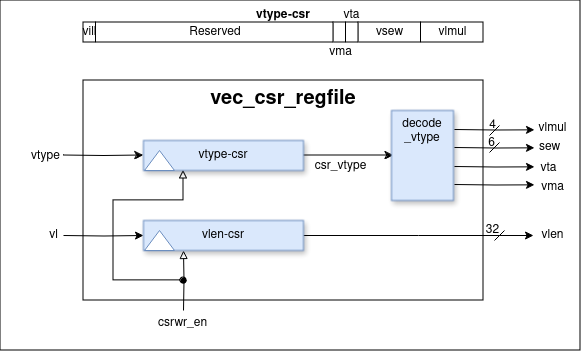
The draw.io diagram docs/decode-docs/vec-csr-regfile.png in Fazail333/Vector-Co-processor, before a commit. Source tidied: cells renumbered, new cells last; positions are measured from the earlier drawing's top-left corner, leaving out a move shared by most shapes. Source of this version:
```xml
<mxGraphModel>
  <root>
    <mxCell id="0" />
    <mxCell id="1" parent="0" />
    <mxCell id="2" style="rounded=0;whiteSpace=wrap;html=1;" parent="1" vertex="1">
      <mxGeometry width="580" height="350" as="geometry" />
    </mxCell>
    <mxCell id="3" value="&lt;font style=&quot;font-size: 20px;&quot;&gt;&lt;b&gt;vec_csr_regfile&lt;/b&gt;&lt;/font&gt;" style="rounded=0;whiteSpace=wrap;html=1;verticalAlign=top;" parent="1" vertex="1">
      <mxGeometry x="83" y="80" width="400" height="220" as="geometry" />
    </mxCell>
    <mxCell id="4" value="vtype-csr" style="group;fontStyle=1;" parent="1" vertex="1">
      <mxGeometry x="83" width="400" height="67" as="geometry" />
    </mxCell>
    <mxCell id="5" style="group;" parent="4" vertex="1">
      <mxGeometry y="22" width="400" height="20" as="geometry" />
    </mxCell>
    <mxCell id="6" value="vlmul" style="rounded=0;whiteSpace=wrap;html=1;" parent="5" vertex="1">
      <mxGeometry x="337.5" width="62.5" height="20" as="geometry" />
    </mxCell>
    <mxCell id="7" value="vsew" style="rounded=0;whiteSpace=wrap;html=1;" parent="5" vertex="1">
      <mxGeometry x="275" width="62.5" height="20" as="geometry" />
    </mxCell>
    <mxCell id="8" style="rounded=0;whiteSpace=wrap;html=1;" parent="5" vertex="1">
      <mxGeometry x="262.5" width="12.5" height="20" as="geometry" />
    </mxCell>
    <mxCell id="9" style="rounded=0;whiteSpace=wrap;html=1;" parent="5" vertex="1">
      <mxGeometry x="250" width="12.5" height="20" as="geometry" />
    </mxCell>
    <mxCell id="10" value="Reserved" style="rounded=0;whiteSpace=wrap;html=1;" parent="5" vertex="1">
      <mxGeometry x="12.5" width="237.5" height="20" as="geometry" />
    </mxCell>
    <mxCell id="11" value="vill" style="rounded=0;whiteSpace=wrap;html=1;" parent="5" vertex="1">
      <mxGeometry width="12.5" height="20" as="geometry" />
    </mxCell>
    <mxCell id="12" value="&lt;div&gt;vma&lt;/div&gt;" style="text;html=1;align=center;verticalAlign=middle;strokeColor=none;fillColor=none;" parent="4" vertex="1">
      <mxGeometry x="231.6" y="37" width="50" height="30" as="geometry" />
    </mxCell>
    <mxCell id="13" value="vta" style="text;html=1;align=center;verticalAlign=middle;strokeColor=none;fillColor=none;" parent="4" vertex="1">
      <mxGeometry x="247.6" width="40" height="30" as="geometry" />
    </mxCell>
    <mxCell id="14" style="edgeStyle=orthogonalEdgeStyle;rounded=0;jettySize=auto;html=1;exitX=0;exitY=0.5;exitDx=0;exitDy=0;entryX=0;entryY=0.5;entryDx=0;entryDy=0;" parent="1" edge="1" target="17">
      <mxGeometry relative="1" as="geometry">
        <mxPoint x="63" y="155" as="sourcePoint" />
      </mxGeometry>
    </mxCell>
    <mxCell id="15" style="edgeStyle=orthogonalEdgeStyle;rounded=0;jettySize=auto;html=1;entryX=0.25;entryY=1;entryDx=0;entryDy=0;startArrow=oval;startFill=1;endArrow=block;endFill=0;" parent="1" edge="1" target="17">
      <mxGeometry relative="1" as="geometry">
        <mxPoint x="183" y="280" as="sourcePoint" />
        <Array as="points">
          <mxPoint x="113" y="280" />
          <mxPoint x="113" y="200" />
          <mxPoint x="183" y="200" />
        </Array>
      </mxGeometry>
    </mxCell>
    <mxCell id="16" style="edgeStyle=orthogonalEdgeStyle;rounded=0;jettySize=auto;html=1;exitX=1;exitY=0.5;exitDx=0;exitDy=0;" parent="1" edge="1" source="17">
      <mxGeometry relative="1" as="geometry">
        <mxPoint x="393" y="155" as="targetPoint" />
      </mxGeometry>
    </mxCell>
    <mxCell id="17" value="vtype-csr" style="rounded=0;whiteSpace=wrap;html=1;fillColor=#dae8fc;strokeColor=#6c8ebf;shadow=1;" parent="1" vertex="1">
      <mxGeometry x="143" y="140" width="160" height="30" as="geometry" />
    </mxCell>
    <mxCell id="18" style="triangle;whiteSpace=wrap;html=1;strokeColor=#6c8ebf;rotation=-90;" parent="1" vertex="1">
      <mxGeometry x="149" y="145" width="20" height="30" as="geometry" />
    </mxCell>
    <mxCell id="19" style="edgeStyle=orthogonalEdgeStyle;rounded=0;jettySize=auto;html=1;exitX=0;exitY=0.5;exitDx=0;exitDy=0;entryX=0;entryY=0.5;entryDx=0;entryDy=0;" parent="1" edge="1" target="22">
      <mxGeometry relative="1" as="geometry">
        <mxPoint x="63" y="235" as="sourcePoint" />
      </mxGeometry>
    </mxCell>
    <mxCell id="20" style="edgeStyle=orthogonalEdgeStyle;rounded=0;jettySize=auto;html=1;exitX=0.25;exitY=1;exitDx=0;exitDy=0;entryX=0.25;entryY=1;entryDx=0;entryDy=0;endArrow=block;endFill=0;" parent="1" edge="1" target="22">
      <mxGeometry relative="1" as="geometry">
        <mxPoint x="183" y="310" as="sourcePoint" />
      </mxGeometry>
    </mxCell>
    <mxCell id="21" style="edgeStyle=orthogonalEdgeStyle;rounded=0;jettySize=auto;html=1;exitX=1;exitY=0.5;exitDx=0;exitDy=0;" parent="1" edge="1" source="22">
      <mxGeometry relative="1" as="geometry">
        <mxPoint x="533" y="235" as="targetPoint" />
      </mxGeometry>
    </mxCell>
    <mxCell id="22" value="vlen-csr" style="rounded=0;whiteSpace=wrap;html=1;fillColor=#dae8fc;strokeColor=#6c8ebf;shadow=1;" parent="1" vertex="1">
      <mxGeometry x="143" y="220" width="160" height="30" as="geometry" />
    </mxCell>
    <mxCell id="23" style="triangle;whiteSpace=wrap;html=1;strokeColor=#6c8ebf;rotation=-90;" parent="1" vertex="1">
      <mxGeometry x="149" y="225" width="20" height="30" as="geometry" />
    </mxCell>
    <mxCell id="24" value="vtype" style="text;html=1;align=center;verticalAlign=middle;points=[];strokeColor=none;fillColor=none;" parent="1" vertex="1">
      <mxGeometry x="20" y="141" width="50" height="30" as="geometry" />
    </mxCell>
    <mxCell id="25" value="vl" style="text;html=1;align=center;verticalAlign=middle;points=[];strokeColor=none;fillColor=none;" parent="1" vertex="1">
      <mxGeometry x="38" y="220" width="30" height="30" as="geometry" />
    </mxCell>
    <mxCell id="26" value="csrwr_en" style="text;html=1;align=center;verticalAlign=middle;strokeColor=none;fillColor=none;" parent="1" vertex="1">
      <mxGeometry x="147" y="308" width="70" height="30" as="geometry" />
    </mxCell>
    <mxCell id="27" value="vlen" style="text;html=1;align=center;verticalAlign=middle;strokeColor=none;fillColor=none;" parent="1" vertex="1">
      <mxGeometry x="527" y="220" width="50" height="30" as="geometry" />
    </mxCell>
    <mxCell id="28" value="csr_vtype" style="text;html=1;align=center;verticalAlign=middle;strokeColor=none;fillColor=none;" parent="1" vertex="1">
      <mxGeometry x="300" y="151" width="80" height="30" as="geometry" />
    </mxCell>
    <mxCell id="29" value="&lt;div&gt;decode&lt;/div&gt;&lt;div&gt;_vtype&lt;/div&gt;" style="rounded=0;whiteSpace=wrap;html=1;fillColor=#dae8fc;strokeColor=#6c8ebf;shadow=1;verticalAlign=top;" parent="1" vertex="1">
      <mxGeometry x="391" y="110" width="62" height="90" as="geometry" />
    </mxCell>
    <mxCell id="30" style="edgeStyle=orthogonalEdgeStyle;rounded=0;orthogonalLoop=1;jettySize=auto;html=1;exitX=1;exitY=0.25;exitDx=0;exitDy=0;" parent="1" edge="1">
      <mxGeometry relative="1" as="geometry">
        <mxPoint x="454" y="129" as="sourcePoint" />
        <mxPoint x="534" y="129.3" as="targetPoint" />
      </mxGeometry>
    </mxCell>
    <mxCell id="31" style="edgeStyle=orthogonalEdgeStyle;rounded=0;orthogonalLoop=1;jettySize=auto;html=1;exitX=1;exitY=0.25;exitDx=0;exitDy=0;" parent="1" edge="1">
      <mxGeometry relative="1" as="geometry">
        <mxPoint x="454" y="147" as="sourcePoint" />
        <mxPoint x="534" y="147.3" as="targetPoint" />
      </mxGeometry>
    </mxCell>
    <mxCell id="32" style="edgeStyle=orthogonalEdgeStyle;rounded=0;orthogonalLoop=1;jettySize=auto;html=1;exitX=1;exitY=0.25;exitDx=0;exitDy=0;" parent="1" edge="1">
      <mxGeometry relative="1" as="geometry">
        <mxPoint x="454" y="166" as="sourcePoint" />
        <mxPoint x="534" y="166.3" as="targetPoint" />
      </mxGeometry>
    </mxCell>
    <mxCell id="33" style="edgeStyle=orthogonalEdgeStyle;rounded=0;orthogonalLoop=1;jettySize=auto;html=1;exitX=1;exitY=0.25;exitDx=0;exitDy=0;" parent="1" edge="1">
      <mxGeometry relative="1" as="geometry">
        <mxPoint x="454" y="184" as="sourcePoint" />
        <mxPoint x="534" y="184.3" as="targetPoint" />
      </mxGeometry>
    </mxCell>
    <mxCell id="34" style="endArrow=none;html=1;rounded=0;" parent="1" edge="1">
      <mxGeometry relative="1" as="geometry">
        <mxPoint x="489" y="135" as="sourcePoint" />
        <mxPoint x="499" y="125" as="targetPoint" />
      </mxGeometry>
    </mxCell>
    <mxCell id="35" style="endArrow=none;html=1;rounded=0;" parent="1" edge="1">
      <mxGeometry relative="1" as="geometry">
        <mxPoint x="489" y="152" as="sourcePoint" />
        <mxPoint x="499" y="142" as="targetPoint" />
      </mxGeometry>
    </mxCell>
    <mxCell id="36" value="4" style="text;html=1;align=center;verticalAlign=middle;strokeColor=none;fillColor=none;" parent="1" vertex="1">
      <mxGeometry x="477" y="110" width="30" height="30" as="geometry" />
    </mxCell>
    <mxCell id="37" value="6" style="text;html=1;align=center;verticalAlign=middle;strokeColor=none;fillColor=none;" parent="1" vertex="1">
      <mxGeometry x="476" y="128" width="30" height="30" as="geometry" />
    </mxCell>
    <mxCell id="38" value="vlmul" style="text;html=1;align=center;verticalAlign=middle;strokeColor=none;fillColor=none;" parent="1" vertex="1">
      <mxGeometry x="527" y="113" width="50" height="30" as="geometry" />
    </mxCell>
    <mxCell id="39" value="sew" style="text;html=1;align=center;verticalAlign=middle;strokeColor=none;fillColor=none;" parent="1" vertex="1">
      <mxGeometry x="529" y="132" width="40" height="30" as="geometry" />
    </mxCell>
    <mxCell id="40" value="vta" style="text;html=1;align=center;verticalAlign=middle;strokeColor=none;fillColor=none;" parent="1" vertex="1">
      <mxGeometry x="528" y="153" width="40" height="30" as="geometry" />
    </mxCell>
    <mxCell id="41" value="vma" style="text;html=1;align=center;verticalAlign=middle;strokeColor=none;fillColor=none;" parent="1" vertex="1">
      <mxGeometry x="527" y="172" width="50" height="30" as="geometry" />
    </mxCell>
    <mxCell id="42" style="endArrow=none;html=1;rounded=0;" parent="1" edge="1">
      <mxGeometry relative="1" as="geometry">
        <mxPoint x="494" y="240" as="sourcePoint" />
        <mxPoint x="504" y="230" as="targetPoint" />
      </mxGeometry>
    </mxCell>
    <mxCell id="43" value="32" style="text;html=1;align=center;verticalAlign=middle;strokeColor=none;fillColor=none;" parent="1" vertex="1">
      <mxGeometry x="472" y="215" width="40" height="30" as="geometry" />
    </mxCell>
  </root>
</mxGraphModel>
```
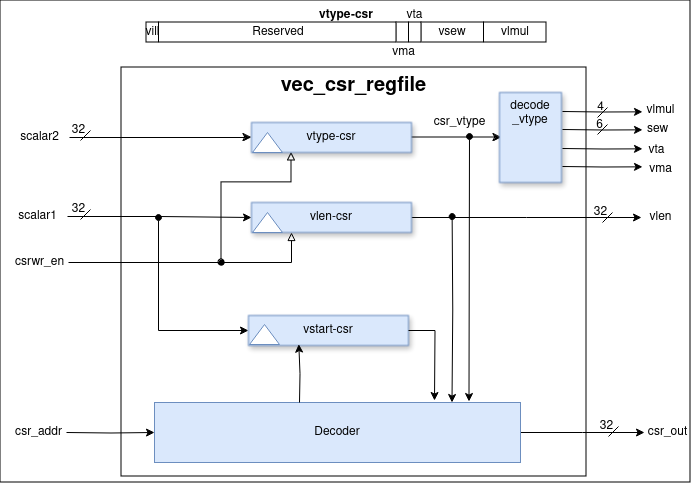
The same diagram one commit later.

Change to the diagram source:
```diff
@@ -3,13 +3,13 @@
     <mxCell id="0" />
     <mxCell id="1" parent="0" />
     <mxCell id="2" style="rounded=0;whiteSpace=wrap;html=1;" parent="1" vertex="1">
-      <mxGeometry width="580" height="350" as="geometry" />
+      <mxGeometry x="-108" y="18" width="690" height="482" as="geometry" />
     </mxCell>
     <mxCell id="3" value="&lt;font style=&quot;font-size: 20px;&quot;&gt;&lt;b&gt;vec_csr_regfile&lt;/b&gt;&lt;/font&gt;" style="rounded=0;whiteSpace=wrap;html=1;verticalAlign=top;" parent="1" vertex="1">
-      <mxGeometry x="83" y="80" width="400" height="220" as="geometry" />
+      <mxGeometry x="13" y="85" width="465" height="409" as="geometry" />
     </mxCell>
     <mxCell id="4" value="vtype-csr" style="group;fontStyle=1;" parent="1" vertex="1">
-      <mxGeometry x="83" width="400" height="67" as="geometry" />
+      <mxGeometry x="38" y="18" width="400" height="67" as="geometry" />
     </mxCell>
     <mxCell id="5" style="group;" parent="4" vertex="1">
       <mxGeometry y="22" width="400" height="20" as="geometry" />
@@ -38,14 +38,12 @@
     <mxCell id="13" value="vta" style="text;html=1;align=center;verticalAlign=middle;strokeColor=none;fillColor=none;" parent="4" vertex="1">
       <mxGeometry x="247.6" width="40" height="30" as="geometry" />
     </mxCell>
-    <mxCell id="14" style="edgeStyle=orthogonalEdgeStyle;rounded=0;jettySize=auto;html=1;exitX=0;exitY=0.5;exitDx=0;exitDy=0;entryX=0;entryY=0.5;entryDx=0;entryDy=0;" parent="1" edge="1" target="17">
-      <mxGeometry relative="1" as="geometry">
-        <mxPoint x="63" y="155" as="sourcePoint" />
-      </mxGeometry>
+    <mxCell id="14" style="edgeStyle=orthogonalEdgeStyle;rounded=0;jettySize=auto;html=1;entryX=0;entryY=0.5;entryDx=0;entryDy=0;" parent="1" edge="1" source="24" target="17">
+      <mxGeometry relative="1" as="geometry" />
     </mxCell>
     <mxCell id="15" style="edgeStyle=orthogonalEdgeStyle;rounded=0;jettySize=auto;html=1;entryX=0.25;entryY=1;entryDx=0;entryDy=0;startArrow=oval;startFill=1;endArrow=block;endFill=0;" parent="1" edge="1" target="17">
       <mxGeometry relative="1" as="geometry">
-        <mxPoint x="183" y="280" as="sourcePoint" />
+        <mxPoint x="113" y="280" as="sourcePoint" />
         <Array as="points">
           <mxPoint x="113" y="280" />
           <mxPoint x="113" y="200" />
@@ -64,16 +62,9 @@
     <mxCell id="18" style="triangle;whiteSpace=wrap;html=1;strokeColor=#6c8ebf;rotation=-90;" parent="1" vertex="1">
       <mxGeometry x="149" y="145" width="20" height="30" as="geometry" />
     </mxCell>
-    <mxCell id="19" style="edgeStyle=orthogonalEdgeStyle;rounded=0;jettySize=auto;html=1;exitX=0;exitY=0.5;exitDx=0;exitDy=0;entryX=0;entryY=0.5;entryDx=0;entryDy=0;" parent="1" edge="1" target="22">
-      <mxGeometry relative="1" as="geometry">
-        <mxPoint x="63" y="235" as="sourcePoint" />
-      </mxGeometry>
+    <mxCell id="19" style="edgeStyle=orthogonalEdgeStyle;rounded=0;jettySize=auto;html=1;entryX=0;entryY=0.5;entryDx=0;entryDy=0;" parent="1" edge="1" source="25" target="22">
+      <mxGeometry relative="1" as="geometry" />
     </mxCell>
-    <mxCell id="20" style="edgeStyle=orthogonalEdgeStyle;rounded=0;jettySize=auto;html=1;exitX=0.25;exitY=1;exitDx=0;exitDy=0;entryX=0.25;entryY=1;entryDx=0;entryDy=0;endArrow=block;endFill=0;" parent="1" edge="1" target="22">
-      <mxGeometry relative="1" as="geometry">
-        <mxPoint x="183" y="310" as="sourcePoint" />
-      </mxGeometry>
-    </mxCell>
     <mxCell id="21" style="edgeStyle=orthogonalEdgeStyle;rounded=0;jettySize=auto;html=1;exitX=1;exitY=0.5;exitDx=0;exitDy=0;" parent="1" edge="1" source="22">
       <mxGeometry relative="1" as="geometry">
         <mxPoint x="533" y="235" as="targetPoint" />
@@ -85,20 +76,20 @@
     <mxCell id="23" style="triangle;whiteSpace=wrap;html=1;strokeColor=#6c8ebf;rotation=-90;" parent="1" vertex="1">
       <mxGeometry x="149" y="225" width="20" height="30" as="geometry" />
     </mxCell>
-    <mxCell id="24" value="vtype" style="text;html=1;align=center;verticalAlign=middle;points=[];strokeColor=none;fillColor=none;" parent="1" vertex="1">
-      <mxGeometry x="20" y="141" width="50" height="30" as="geometry" />
+    <mxCell id="24" value="scalar2" style="text;html=1;align=center;verticalAlign=middle;points=[];strokeColor=none;fillColor=none;" parent="1" vertex="1">
+      <mxGeometry x="-99" y="140" width="60" height="30" as="geometry" />
     </mxCell>
-    <mxCell id="25" value="vl" style="text;html=1;align=center;verticalAlign=middle;points=[];strokeColor=none;fillColor=none;" parent="1" vertex="1">
-      <mxGeometry x="38" y="220" width="30" height="30" as="geometry" />
+    <mxCell id="25" value="scalar1" style="text;html=1;align=center;verticalAlign=middle;points=[];strokeColor=none;fillColor=none;" parent="1" vertex="1">
+      <mxGeometry x="-101" y="219" width="60" height="30" as="geometry" />
     </mxCell>
     <mxCell id="26" value="csrwr_en" style="text;html=1;align=center;verticalAlign=middle;strokeColor=none;fillColor=none;" parent="1" vertex="1">
-      <mxGeometry x="147" y="308" width="70" height="30" as="geometry" />
+      <mxGeometry x="-104" y="265" width="70" height="30" as="geometry" />
     </mxCell>
     <mxCell id="27" value="vlen" style="text;html=1;align=center;verticalAlign=middle;strokeColor=none;fillColor=none;" parent="1" vertex="1">
       <mxGeometry x="527" y="220" width="50" height="30" as="geometry" />
     </mxCell>
     <mxCell id="28" value="csr_vtype" style="text;html=1;align=center;verticalAlign=middle;strokeColor=none;fillColor=none;" parent="1" vertex="1">
-      <mxGeometry x="300" y="151" width="80" height="30" as="geometry" />
+      <mxGeometry x="311" y="125" width="80" height="30" as="geometry" />
     </mxCell>
     <mxCell id="29" value="&lt;div&gt;decode&lt;/div&gt;&lt;div&gt;_vtype&lt;/div&gt;" style="rounded=0;whiteSpace=wrap;html=1;fillColor=#dae8fc;strokeColor=#6c8ebf;shadow=1;verticalAlign=top;" parent="1" vertex="1">
       <mxGeometry x="391" y="110" width="62" height="90" as="geometry" />
@@ -166,5 +157,99 @@
     <mxCell id="43" value="32" style="text;html=1;align=center;verticalAlign=middle;strokeColor=none;fillColor=none;" parent="1" vertex="1">
       <mxGeometry x="472" y="215" width="40" height="30" as="geometry" />
     </mxCell>
+    <mxCell id="44" style="endArrow=none;html=1;rounded=0;" parent="1" edge="1">
+      <mxGeometry relative="1" as="geometry">
+        <mxPoint x="-28" y="158" as="sourcePoint" />
+        <mxPoint x="-18" y="148" as="targetPoint" />
+      </mxGeometry>
+    </mxCell>
+    <mxCell id="45" value="32" style="text;html=1;align=center;verticalAlign=middle;strokeColor=none;fillColor=none;" parent="1" vertex="1">
+      <mxGeometry x="-50" y="133" width="40" height="30" as="geometry" />
+    </mxCell>
+    <mxCell id="46" style="endArrow=none;html=1;rounded=0;" parent="1" edge="1">
+      <mxGeometry relative="1" as="geometry">
+        <mxPoint x="-28" y="237" as="sourcePoint" />
+        <mxPoint x="-18" y="227" as="targetPoint" />
+      </mxGeometry>
+    </mxCell>
+    <mxCell id="47" value="32" style="text;html=1;align=center;verticalAlign=middle;strokeColor=none;fillColor=none;" parent="1" vertex="1">
+      <mxGeometry x="-50" y="212" width="40" height="30" as="geometry" />
+    </mxCell>
+    <mxCell id="48" style="edgeStyle=orthogonalEdgeStyle;rounded=0;jettySize=auto;html=1;entryX=0.25;entryY=1;entryDx=0;entryDy=0;endArrow=block;endFill=0;" parent="1" edge="1" target="22">
+      <mxGeometry relative="1" as="geometry">
+        <mxPoint x="-40" y="280" as="sourcePoint" />
+        <Array as="points">
+          <mxPoint x="183" y="280" />
+        </Array>
+      </mxGeometry>
+    </mxCell>
+    <mxCell id="49" style="edgeStyle=orthogonalEdgeStyle;rounded=0;jettySize=auto;html=1;entryX=0;entryY=0.5;entryDx=0;entryDy=0;startArrow=oval;startFill=1;" parent="1" edge="1" target="50">
+      <mxGeometry relative="1" as="geometry">
+        <mxPoint x="50" y="235" as="sourcePoint" />
+        <Array as="points">
+          <mxPoint x="50" y="348" />
+        </Array>
+      </mxGeometry>
+    </mxCell>
+    <mxCell id="50" value="vstart-csr" style="rounded=0;whiteSpace=wrap;html=1;fillColor=#dae8fc;strokeColor=#6c8ebf;shadow=1;" parent="1" vertex="1">
+      <mxGeometry x="140" y="333" width="160" height="30" as="geometry" />
+    </mxCell>
+    <mxCell id="51" style="triangle;whiteSpace=wrap;html=1;strokeColor=#6c8ebf;rotation=-90;" parent="1" vertex="1">
+      <mxGeometry x="146" y="337" width="20" height="30" as="geometry" />
+    </mxCell>
+    <mxCell id="52" style="edgeStyle=orthogonalEdgeStyle;rounded=0;jettySize=auto;html=1;entryX=0;entryY=0.5;entryDx=0;entryDy=0;" parent="1" edge="1" target="55">
+      <mxGeometry relative="1" as="geometry">
+        <mxPoint x="-42" y="450" as="sourcePoint" />
+      </mxGeometry>
+    </mxCell>
+    <mxCell id="53" style="edgeStyle=orthogonalEdgeStyle;rounded=0;orthogonalLoop=1;jettySize=auto;html=1;exitX=0.75;exitY=0;exitDx=0;exitDy=0;entryX=0.75;entryY=0;entryDx=0;entryDy=0;startArrow=oval;startFill=1;" parent="1" edge="1">
+      <mxGeometry relative="1" as="geometry">
+        <mxPoint x="343.7" y="234.1" as="sourcePoint" />
+        <mxPoint x="343.5" y="420" as="targetPoint" />
+      </mxGeometry>
+    </mxCell>
+    <mxCell id="54" style="edgeStyle=orthogonalEdgeStyle;rounded=0;jettySize=auto;html=1;exitX=1;exitY=0.5;exitDx=0;exitDy=0;" parent="1" edge="1" source="55">
+      <mxGeometry relative="1" as="geometry">
+        <mxPoint x="536" y="450" as="targetPoint" />
+      </mxGeometry>
+    </mxCell>
+    <mxCell id="55" value="Decoder" style="rounded=0;whiteSpace=wrap;html=1;fillColor=#dae8fc;strokeColor=#6c8ebf;" parent="1" vertex="1">
+      <mxGeometry x="46" y="420" width="366" height="60" as="geometry" />
+    </mxCell>
+    <mxCell id="56" value="csr_addr" style="text;html=1;align=center;verticalAlign=middle;strokeColor=none;fillColor=none;" parent="1" vertex="1">
+      <mxGeometry x="-103" y="437" width="65" height="26" as="geometry" />
+    </mxCell>
+    <mxCell id="57" style="edgeStyle=orthogonalEdgeStyle;rounded=0;orthogonalLoop=1;jettySize=auto;html=1;exitX=0.5;exitY=0;exitDx=0;exitDy=0;entryX=0.552;entryY=0.955;entryDx=0;entryDy=0;entryPerimeter=0;" parent="1" edge="1">
+      <mxGeometry relative="1" as="geometry">
+        <mxPoint x="191" y="420" as="sourcePoint" />
+        <mxPoint x="190.3" y="361.6" as="targetPoint" />
+      </mxGeometry>
+    </mxCell>
+    <mxCell id="58" style="edgeStyle=orthogonalEdgeStyle;rounded=0;jettySize=auto;html=1;exitX=1;exitY=0.5;exitDx=0;exitDy=0;" parent="1" edge="1" source="50">
+      <mxGeometry relative="1" as="geometry">
+        <mxPoint x="326" y="418" as="targetPoint" />
+      </mxGeometry>
+    </mxCell>
+    <mxCell id="59" style="edgeStyle=orthogonalEdgeStyle;rounded=0;orthogonalLoop=1;jettySize=auto;html=1;entryX=0.75;entryY=0;entryDx=0;entryDy=0;startArrow=oval;startFill=1;" parent="1" edge="1">
+      <mxGeometry relative="1" as="geometry">
+        <mxPoint x="361" y="154" as="sourcePoint" />
+        <mxPoint x="360.5" y="419" as="targetPoint" />
+        <Array as="points">
+          <mxPoint x="360" y="154" />
+        </Array>
+      </mxGeometry>
+    </mxCell>
+    <mxCell id="60" value="csr_out" style="text;html=1;align=center;verticalAlign=middle;strokeColor=none;fillColor=none;" parent="1" vertex="1">
+      <mxGeometry x="530" y="437" width="57" height="26" as="geometry" />
+    </mxCell>
+    <mxCell id="61" style="endArrow=none;html=1;rounded=0;" parent="1" edge="1">
+      <mxGeometry relative="1" as="geometry">
+        <mxPoint x="500" y="454" as="sourcePoint" />
+        <mxPoint x="510" y="444" as="targetPoint" />
+      </mxGeometry>
+    </mxCell>
+    <mxCell id="62" value="32" style="text;html=1;align=center;verticalAlign=middle;strokeColor=none;fillColor=none;" parent="1" vertex="1">
+      <mxGeometry x="478" y="429" width="40" height="30" as="geometry" />
+    </mxCell>
   </root>
 </mxGraphModel>
```
